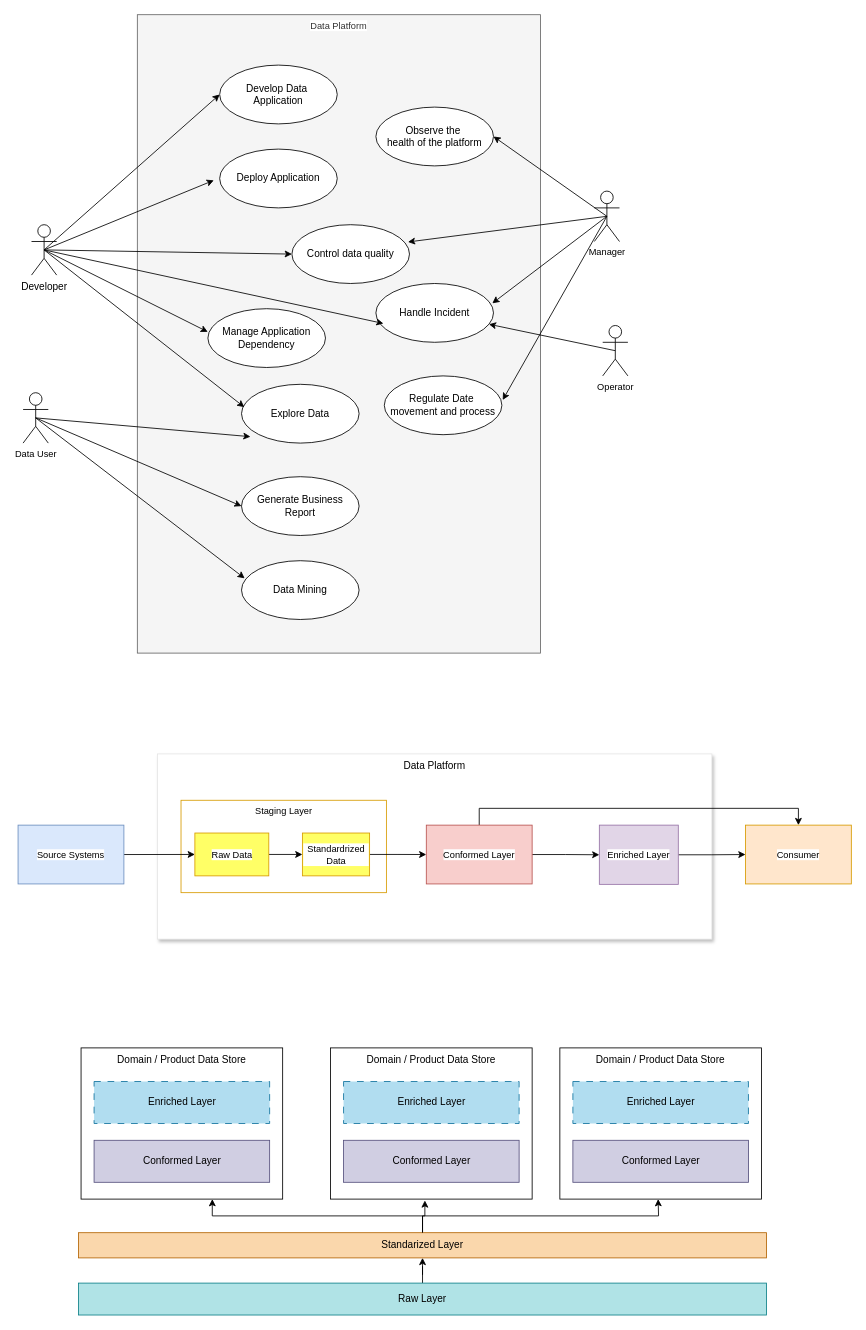
This is BigDataPlatformDesign.drawio from rockysynergy/draws, a draw.io file, before an edit. Source tidied: cells renumbered, new cells numbered last; positions are measured from the earlier drawing's top-left corner, leaving out a move shared by most shapes. Both pictures are drawn from the tidied source at 84%, with x=0, y=0 at pixel (18, 14).
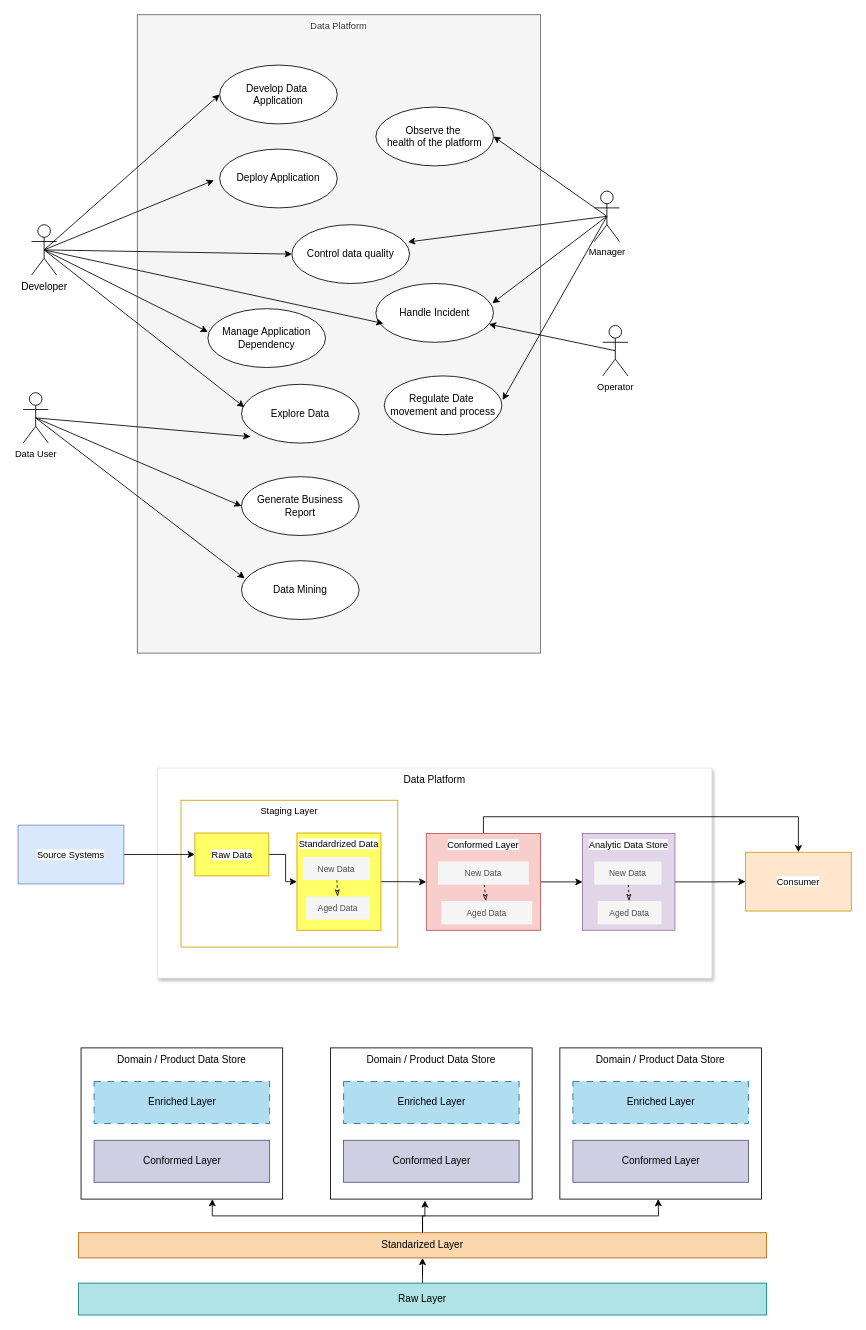
After the change.

What changed in the source:
```diff
@@
     <mxCell id="2" value="Data Platform" style="rounded=0;whiteSpace=wrap;html=1;verticalAlign=top;strokeColor=#E6E6E6;shadow=1;" parent="1" vertex="1">
-      <mxGeometry x="166" y="880" width="660" height="220.5" as="geometry" />
+      <mxGeometry x="166" y="896.9" width="660" height="250" as="geometry" />
     </mxCell>
     <mxCell id="3" value="Staging Layer" style="whiteSpace=wrap;html=1;fontSize=11;fillColor=none;strokeColor=#d79b00;rounded=0;labelBackgroundColor=default;verticalAlign=top;" parent="1" vertex="1">
-      <mxGeometry x="194" y="935.2" width="244.5" height="110" as="geometry" />
+      <mxGeometry x="194" y="935.2" width="258" height="174.8" as="geometry" />
     </mxCell>
@@
-    <mxCell id="38" value="Standardrized Data" style="whiteSpace=wrap;html=1;fontSize=11;fillColor=#FFFF66;strokeColor=#d79b00;rounded=0;labelBackgroundColor=default;verticalAlign=middle;" parent="1" vertex="1">
-      <mxGeometry x="338.5" y="974.2" width="80" height="51" as="geometry" />
+    <mxCell id="38" value="Standardrized Data" style="whiteSpace=wrap;html=1;fontSize=11;fillColor=#FFFF66;strokeColor=#d79b00;rounded=0;labelBackgroundColor=default;verticalAlign=top;" parent="1" vertex="1">
+      <mxGeometry x="332" y="974.2" width="100" height="115.8" as="geometry" />
     </mxCell>
@@
-    <mxCell id="41" value="Conformed Layer" style="rounded=0;whiteSpace=wrap;html=1;fontFamily=Helvetica;fontSize=11;labelBackgroundColor=default;fillColor=#f8cecc;strokeColor=#b85450;" parent="1" vertex="1">
-      <mxGeometry x="486" y="964.8" width="126" height="70" as="geometry" />
+    <mxCell id="41" value="Conformed Layer" style="rounded=0;whiteSpace=wrap;html=1;fontFamily=Helvetica;fontSize=11;labelBackgroundColor=default;fillColor=#f8cecc;strokeColor=#b85450;verticalAlign=top;" parent="1" vertex="1">
+      <mxGeometry x="486" y="974.8" width="136" height="115.2" as="geometry" />
     </mxCell>
@@
-    <mxCell id="43" value="Enriched Layer" style="rounded=0;whiteSpace=wrap;html=1;fontFamily=Helvetica;fontSize=11;labelBackgroundColor=default;fillColor=#e1d5e7;strokeColor=#9673a6;" parent="1" vertex="1">
-      <mxGeometry x="692" y="964.8" width="94" height="70.5" as="geometry" />
+    <mxCell id="43" value="Analytic Data Store" style="rounded=0;whiteSpace=wrap;html=1;fontFamily=Helvetica;fontSize=11;labelBackgroundColor=default;fillColor=#e1d5e7;strokeColor=#9673a6;verticalAlign=top;" parent="1" vertex="1">
+      <mxGeometry x="672" y="974.8" width="110" height="115.2" as="geometry" />
     </mxCell>
     <mxCell id="44" value="Consumer" style="rounded=0;whiteSpace=wrap;html=1;fontFamily=Helvetica;fontSize=11;labelBackgroundColor=default;fillColor=#ffe6cc;strokeColor=#d79b00;" parent="1" vertex="1">
-      <mxGeometry x="866" y="964.8" width="126" height="70" as="geometry" />
+      <mxGeometry x="866" y="997.1" width="126" height="70" as="geometry" />
     </mxCell>
@@
+    <mxCell id="63" style="rounded=0;jettySize=auto;html=1;dashed=1;endArrow=classicThin;endFill=0;" parent="1" edge="1" source="64" target="65">
+      <mxGeometry relative="1" as="geometry" />
+    </mxCell>
+    <mxCell id="64" value="New Data" style="rounded=0;whiteSpace=wrap;html=1;fillColor=#f5f5f5;fontColor=#4D4D4D;strokeColor=none;fontSize=10;" parent="1" vertex="1">
+      <mxGeometry x="500" y="1008.1" width="108" height="27.6" as="geometry" />
+    </mxCell>
+    <mxCell id="65" value="Aged Data" style="rounded=0;whiteSpace=wrap;html=1;fillColor=#f5f5f5;fontColor=#4D4D4D;strokeColor=none;fontSize=10;" parent="1" vertex="1">
+      <mxGeometry x="504" y="1055.2" width="108" height="27.6" as="geometry" />
+    </mxCell>
+    <mxCell id="66" style="rounded=0;jettySize=auto;html=1;dashed=1;endArrow=classicThin;endFill=0;" parent="1" edge="1" source="67" target="68">
+      <mxGeometry relative="1" as="geometry" />
+    </mxCell>
+    <mxCell id="67" value="New Data" style="rounded=0;whiteSpace=wrap;html=1;fillColor=#f5f5f5;fontColor=#4D4D4D;strokeColor=none;fontSize=10;" parent="1" vertex="1">
+      <mxGeometry x="339" y="1002.7" width="80" height="27.6" as="geometry" />
+    </mxCell>
+    <mxCell id="68" value="Aged Data" style="rounded=0;whiteSpace=wrap;html=1;fillColor=#f5f5f5;fontColor=#4D4D4D;strokeColor=none;fontSize=10;" parent="1" vertex="1">
+      <mxGeometry x="343" y="1049.8" width="76" height="27.6" as="geometry" />
+    </mxCell>
+    <mxCell id="69" style="rounded=0;jettySize=auto;html=1;dashed=1;endArrow=classicThin;endFill=0;" parent="1" edge="1" source="70" target="71">
+      <mxGeometry relative="1" as="geometry" />
+    </mxCell>
+    <mxCell id="70" value="New Data" style="rounded=0;whiteSpace=wrap;html=1;fillColor=#f5f5f5;fontColor=#4D4D4D;strokeColor=none;fontSize=10;" parent="1" vertex="1">
+      <mxGeometry x="686" y="1008.1" width="80" height="27.6" as="geometry" />
+    </mxCell>
+    <mxCell id="71" value="Aged Data" style="rounded=0;whiteSpace=wrap;html=1;fillColor=#f5f5f5;fontColor=#4D4D4D;strokeColor=none;fontSize=10;" parent="1" vertex="1">
+      <mxGeometry x="690" y="1055.2" width="76" height="27.6" as="geometry" />
+    </mxCell>
```
